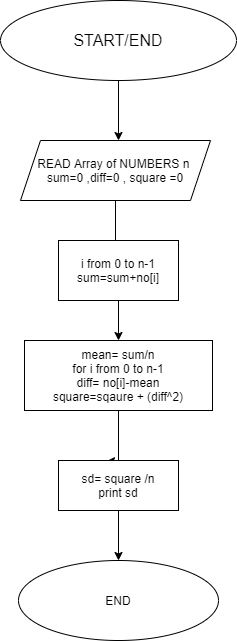
The draw.io diagram Untitled Diagram.png in parasjain111/123, before a commit. Source tidied: cells renumbered, new cells last; positions are measured from the earlier drawing's top-left corner, leaving out a move shared by most shapes.
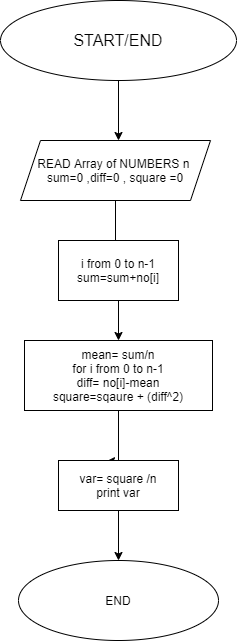
After the commit.

What changed in the source:
```diff
@@ -35,7 +35,7 @@
     <mxCell id="10" style="edgeStyle=orthogonalEdgeStyle;rounded=0;jettySize=auto;html=1;" parent="1" edge="1" source="11" target="12">
       <mxGeometry relative="1" as="geometry" />
     </mxCell>
-    <mxCell id="11" value="sd= square /n&lt;br&gt;print sd" style="rounded=0;whiteSpace=wrap;html=1;" parent="1" vertex="1">
+    <mxCell id="11" value="var= square /n&lt;br&gt;print var" style="rounded=0;whiteSpace=wrap;html=1;" parent="1" vertex="1">
       <mxGeometry x="58" y="460" width="120" height="50" as="geometry" />
     </mxCell>
     <mxCell id="12" value="END" style="ellipse;whiteSpace=wrap;html=1;" parent="1" vertex="1">
```
